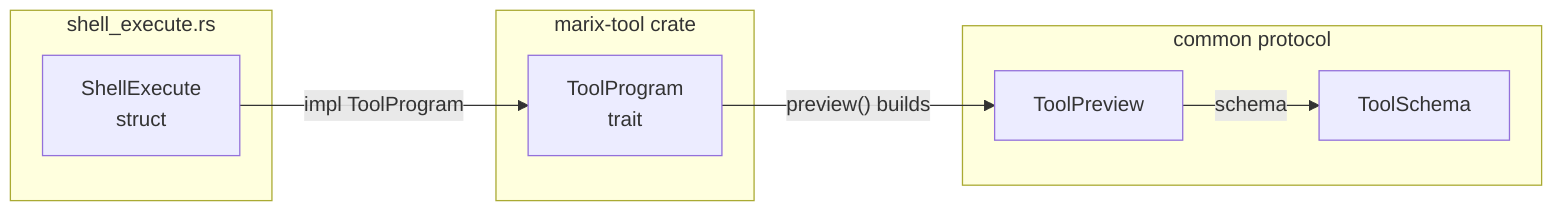
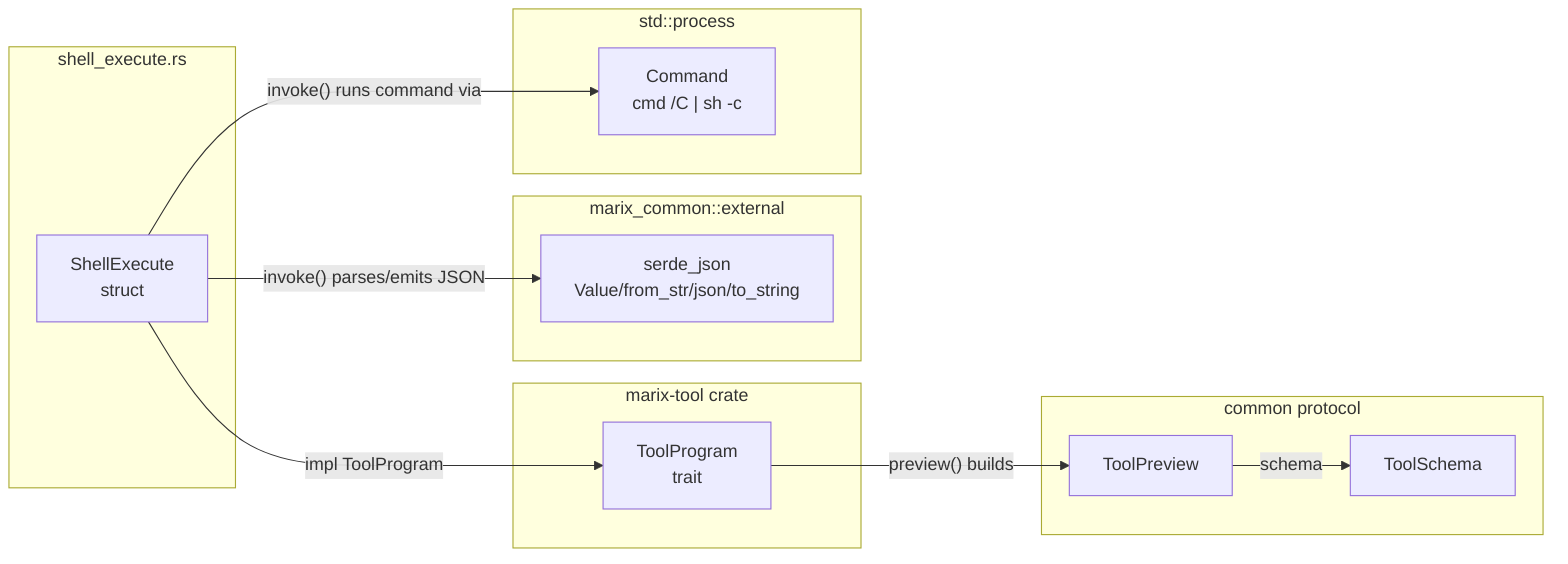
flowchart LR
-   %% Shell command execution tool program; invoke() body is a panic-backed placeholder.
+   %% Shell command execution tool program; invoke() is now implemented: it parses the JSON call via marix_common::external::serde_json, runs {command, cwd?} through the OS shell (cmd /C on Windows, sh -c otherwise) via std::process::Command, and returns {exit_code, stdout, stderr} JSON (or {"error":..} via the file-local failure helper). timeout_ms is accepted but not yet enforced.
  subgraph shell_execute_rs[shell_execute.rs]
    ShellExecute["ShellExecute\nstruct"]
  end

  subgraph tool_root[marix-tool crate]
    ToolProgram["ToolProgram\ntrait"]
  end

+   subgraph common_external[marix_common::external]
+     SerdeJson["serde_json\nValue/from_str/json/to_string"]
+   end
+ 
+   subgraph std_process[std::process]
+     Command["Command\ncmd /C | sh -c"]
+   end
+ 
  subgraph common_protocol[common protocol]
    ToolPreview["ToolPreview"]
    ToolSchema["ToolSchema"]
  end

  ShellExecute -->|"impl ToolProgram"| ToolProgram
+   ShellExecute -->|"invoke() parses/emits JSON"| SerdeJson
+   ShellExecute -->|"invoke() runs command via"| Command
  ToolProgram -->|"preview() builds"| ToolPreview
  ToolPreview -->|"schema"| ToolSchema
